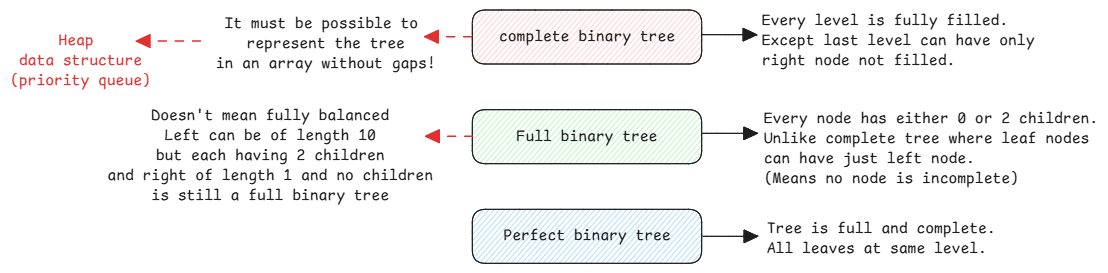
The Excalidraw diagram static/img/data-structures-binary-tree-types.excalidraw.png in swaroopar/inprogress-engineer, before a commit. Source tidied: one line per element, renumbered; positions are measured from the earlier drawing's top-left corner, leaving out a move shared by most shapes. The source it was exported from:
```json
{"id": 0, "type": "rectangle", "strokeColor": "#1e1e1e", "backgroundColor": "#ffc9c9", "fillStyle": "hachure", "strokeWidth": 1, "roughness": 0, "round": true, "x": 462, "y": 0, "width": 229, "height": 54}
{"id": 1, "type": "text", "text": "complete binary tree", "strokeColor": "#1e1e1e", "strokeWidth": 1, "roughness": 0, "fontSize": 16, "fontFamily": 8, "textAlign": "center", "verticalAlign": "middle", "inside": 0, "x": 489, "y": 17, "width": 176, "height": 20}
{"id": 2, "type": "rectangle", "strokeColor": "#1e1e1e", "backgroundColor": "#b2f2bb", "fillStyle": "hachure", "strokeWidth": 1, "roughness": 0, "round": true, "x": 462, "y": 100, "width": 229, "height": 54}
{"id": 3, "type": "text", "text": "Full binary tree", "strokeColor": "#1e1e1e", "strokeWidth": 1, "roughness": 0, "fontSize": 16, "fontFamily": 8, "textAlign": "center", "verticalAlign": "middle", "inside": 2, "x": 507, "y": 117, "width": 141, "height": 20}
{"id": 4, "type": "rectangle", "strokeColor": "#1e1e1e", "backgroundColor": "#a5d8ff", "fillStyle": "hachure", "strokeWidth": 1, "roughness": 0, "round": true, "x": 462, "y": 199, "width": 229, "height": 54}
{"id": 5, "type": "text", "text": "Perfect binary tree", "strokeColor": "#1e1e1e", "strokeWidth": 1, "roughness": 0, "fontSize": 16, "fontFamily": 8, "textAlign": "center", "verticalAlign": "middle", "inside": 4, "x": 493, "y": 216, "width": 167, "height": 20}
{"id": 6, "type": "arrow", "strokeColor": "#1e1e1e", "strokeWidth": 1, "roughness": 0, "endArrowhead": "triangle", "x": 692, "y": 25, "width": 55, "height": 0, "points": [[0, 0], [55, 0]]}
{"id": 7, "type": "text", "text": "Every level is fully filled.\nExcept last level can have only\nright node not filled.", "strokeColor": "#1e1e1e", "backgroundColor": "#ffc9c9", "fillStyle": "hachure", "strokeWidth": 1, "roughness": 0, "fontSize": 16, "fontFamily": 8, "x": 752, "y": 1, "width": 273, "height": 60}
{"id": 8, "type": "arrow", "strokeColor": "#1e1e1e", "strokeWidth": 1, "roughness": 0, "endArrowhead": "triangle", "x": 692, "y": 123, "width": 55, "height": 0, "points": [[0, 0], [55, 0]]}
{"id": 9, "type": "text", "text": "Every node has either 0 or 2 children.\nUnlike complete tree where leaf nodes\ncan have just left node.\n(Means no node is incomplete)", "strokeColor": "#1e1e1e", "backgroundColor": "#b2f2bb", "fillStyle": "hachure", "strokeWidth": 1, "roughness": 0, "fontSize": 16, "fontFamily": 8, "x": 754, "y": 99, "width": 334, "height": 80}
{"id": 10, "type": "arrow", "strokeColor": "#1e1e1e", "strokeWidth": 1, "roughness": 0, "endArrowhead": "triangle", "x": 693, "y": 226, "width": 55, "height": 0, "points": [[0, 0], [55, 0]]}
{"id": 11, "type": "text", "text": " Tree is full and complete.\n All leaves at same level. ", "strokeColor": "#1e1e1e", "backgroundColor": "#b2f2bb", "fillStyle": "hachure", "strokeWidth": 1, "roughness": 0, "fontSize": 16, "fontFamily": 8, "x": 748, "y": 209, "width": 238, "height": 40}
{"id": 12, "type": "arrow", "strokeColor": "#e03131", "backgroundColor": "#a5d8ff", "fillStyle": "hachure", "strokeWidth": 1, "strokeStyle": "dashed", "roughness": 0, "endArrowhead": "triangle", "x": 462, "y": 27, "width": 47, "height": 0, "points": [[0, 0], [-47, 0]]}
{"id": 13, "type": "text", "text": "It must be possible to \nrepresent the tree\nin an array without gaps!", "strokeColor": "#1e1e1e", "backgroundColor": "#a5d8ff", "fillStyle": "hachure", "strokeWidth": 1, "strokeStyle": "dashed", "roughness": 0, "fontSize": 16, "fontFamily": 8, "textAlign": "center", "x": 206, "y": 4, "width": 220, "height": 60}
{"id": 14, "type": "arrow", "strokeColor": "#e03131", "strokeWidth": 1, "strokeStyle": "dashed", "roughness": 0, "endArrowhead": "triangle", "round": true, "x": 190, "y": 31, "width": 64, "height": 0, "points": [[0, 0], [-64, 0]]}
{"id": 15, "type": "text", "text": "Heap \ndata structure\n(priority queue)", "strokeColor": "#e03131", "strokeWidth": 1, "strokeStyle": "dashed", "roughness": 0, "fontSize": 16, "fontFamily": 8, "textAlign": "center", "x": 0, "y": 21, "width": 141, "height": 60}
{"id": 16, "type": "arrow", "strokeColor": "#e03131", "backgroundColor": "#a5d8ff", "fillStyle": "hachure", "strokeWidth": 1, "strokeStyle": "dashed", "roughness": 0, "endArrowhead": "triangle", "x": 463, "y": 126, "width": 47, "height": 0, "points": [[0, 0], [-47, 0]]}
{"id": 17, "type": "text", "text": "Doesn't mean fully balanced\nLeft can be of length 10\nbut each having 2 children\nand right of length 1 and no children\nis still a full binary tree", "strokeColor": "#1e1e1e", "backgroundColor": "#a5d8ff", "fillStyle": "hachure", "strokeWidth": 1, "strokeStyle": "dashed", "roughness": 0, "fontSize": 16, "fontFamily": 8, "textAlign": "center", "x": 97, "y": 96, "width": 326, "height": 100}
```
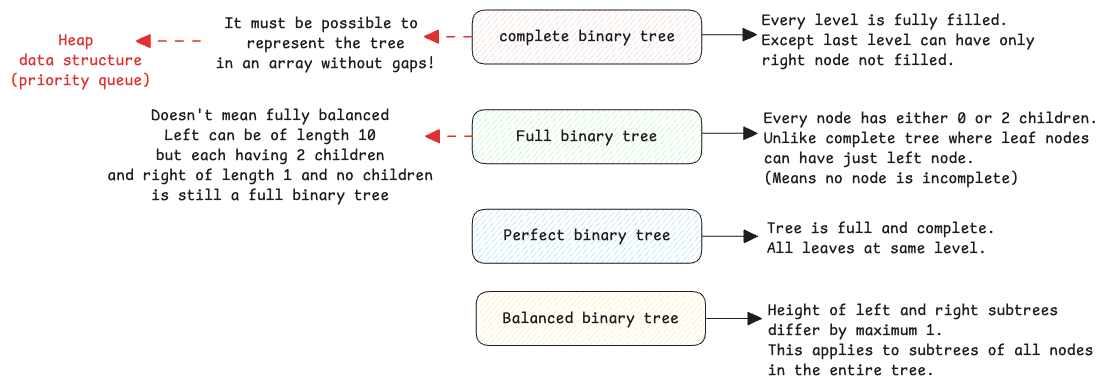
After the change.

Commit message:
add binary search tree learnings

What changed in the source:
```diff
@@ -16,3 +16,7 @@
 {"id": 15, "type": "text", "text": "Heap \ndata structure\n(priority queue)", "strokeColor": "#e03131", "strokeWidth": 1, "strokeStyle": "dashed", "roughness": 0, "fontSize": 16, "fontFamily": 8, "textAlign": "center", "x": 0, "y": 21, "width": 141, "height": 60}
 {"id": 16, "type": "arrow", "strokeColor": "#e03131", "backgroundColor": "#a5d8ff", "fillStyle": "hachure", "strokeWidth": 1, "strokeStyle": "dashed", "roughness": 0, "endArrowhead": "triangle", "x": 463, "y": 126, "width": 47, "height": 0, "points": [[0, 0], [-47, 0]]}
 {"id": 17, "type": "text", "text": "Doesn't mean fully balanced\nLeft can be of length 10\nbut each having 2 children\nand right of length 1 and no children\nis still a full binary tree", "strokeColor": "#1e1e1e", "backgroundColor": "#a5d8ff", "fillStyle": "hachure", "strokeWidth": 1, "strokeStyle": "dashed", "roughness": 0, "fontSize": 16, "fontFamily": 8, "textAlign": "center", "x": 97, "y": 96, "width": 326, "height": 100}
+{"id": 18, "type": "rectangle", "strokeColor": "#1e1e1e", "backgroundColor": "#ffec99", "fillStyle": "hachure", "strokeWidth": 1, "roughness": 0, "round": true, "x": 466, "y": 282, "width": 229, "height": 54}
+{"id": 19, "type": "text", "text": "Balanced binary tree", "strokeColor": "#1e1e1e", "strokeWidth": 1, "roughness": 0, "fontSize": 16, "fontFamily": 8, "textAlign": "center", "verticalAlign": "middle", "inside": 18, "x": 493, "y": 299, "width": 176, "height": 20}
+{"id": 20, "type": "arrow", "strokeColor": "#1e1e1e", "backgroundColor": "#ffec99", "fillStyle": "solid", "strokeWidth": 1, "roughness": 0, "endArrowhead": "triangle", "x": 696, "y": 309, "width": 55, "height": 0, "points": [[0, 0], [55, 0]]}
+{"id": 21, "type": "text", "text": "Height of left and right subtrees\ndiffer by maximum 1.\nThis applies to subtrees of all nodes\nin the entire tree.", "strokeColor": "#1e1e1e", "backgroundColor": "#b2f2bb", "fillStyle": "hachure", "strokeWidth": 1, "roughness": 0, "fontSize": 16, "fontFamily": 8, "x": 758, "y": 291, "width": 326, "height": 80}
```
